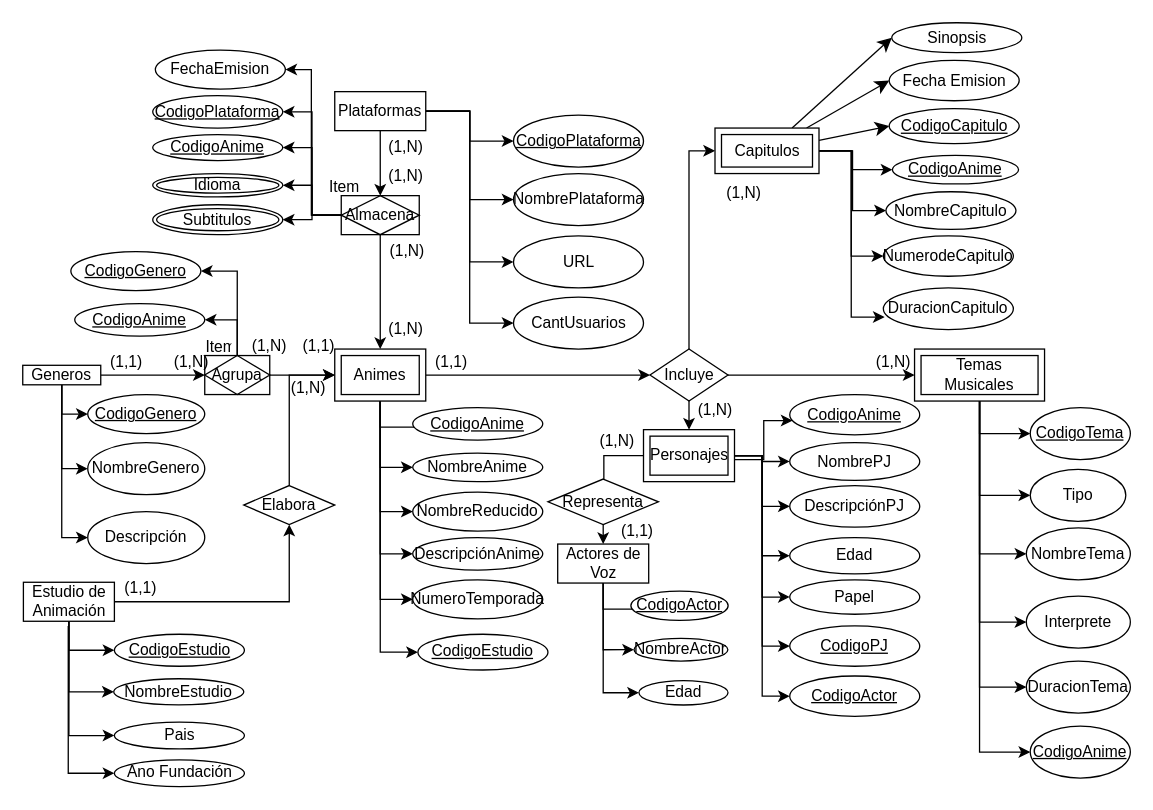
The draw.io diagram page "Modelo_Conceptual" (1 of 2) of Animes.drawio in Ticnow/Pruebas, before the edit. Source tidied: cells renumbered, new cells numbered last; positions are measured from the earlier drawing's top-left corner, leaving out a move shared by most shapes. Both pictures are drawn from the tidied source at 130%, with x=0, y=0 at pixel (22, 22).
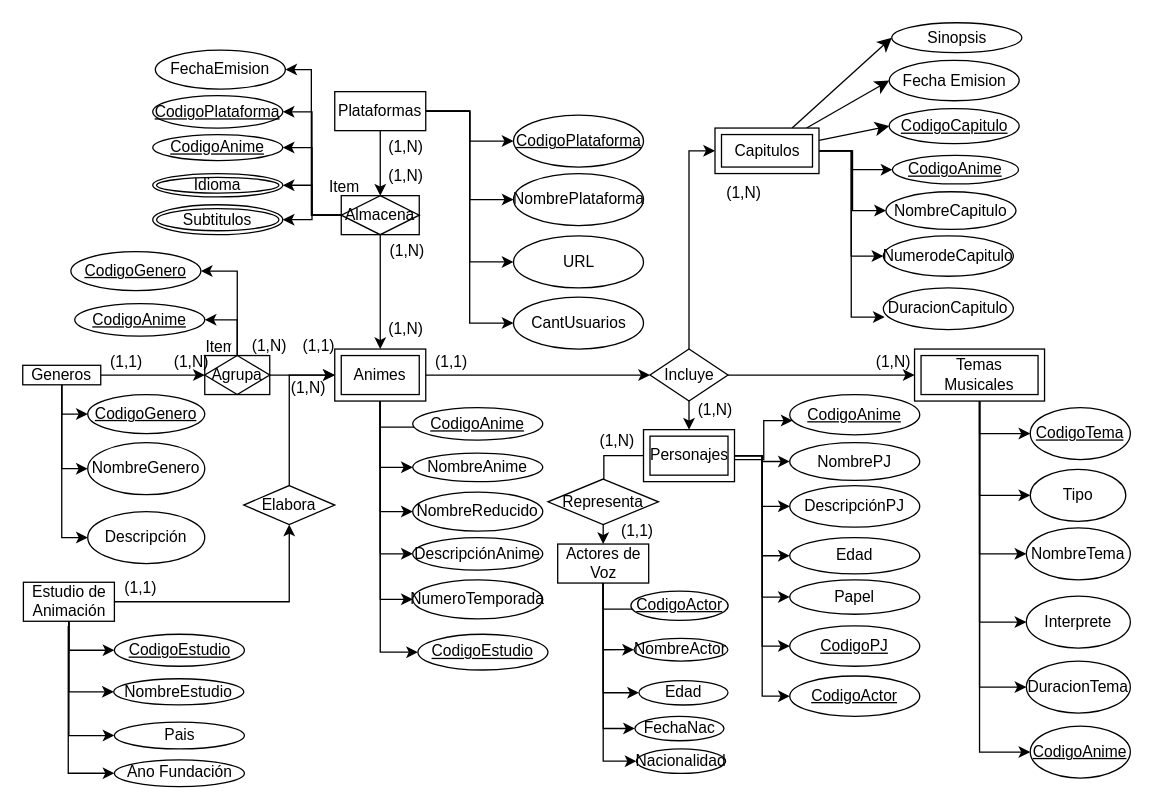
After the change.

The change refers to these unchanged cells:
```xml
<mxCell id="47" value="Actores de Voz" style="whiteSpace=wrap;html=1;align=center;" parent="1" vertex="1">
  <mxGeometry x="411.5" y="401" width="70" height="30" as="geometry" />
</mxCell>
```

Diff of the diagram source:
```diff
@@
+    <mxCell id="139" value="FechaNac" style="ellipse;whiteSpace=wrap;html=1;align=center;" parent="1" vertex="1">
+      <mxGeometry x="470.9" y="533.5" width="68.5" height="18.8" as="geometry" />
+    </mxCell>
+    <mxCell id="140" value="Nacionalidad" style="ellipse;whiteSpace=wrap;html=1;align=center;" parent="1" vertex="1">
+      <mxGeometry x="472.1" y="558.6" width="68.5" height="18.8" as="geometry" />
+    </mxCell>
+    <mxCell id="141" style="edgeStyle=orthogonalEdgeStyle;rounded=0;jettySize=auto;html=1;entryX=0;entryY=0.5;entryDx=0;entryDy=0;" parent="1" edge="1" source="47" target="139">
+      <mxGeometry relative="1" as="geometry">
+        <Array as="points">
+          <mxPoint x="447" y="543" />
+        </Array>
+      </mxGeometry>
+    </mxCell>
+    <mxCell id="142" style="edgeStyle=orthogonalEdgeStyle;rounded=0;jettySize=auto;html=1;entryX=0;entryY=0.5;entryDx=0;entryDy=0;exitX=0.5;exitY=1;exitDx=0;exitDy=0;" parent="1" edge="1" source="47" target="140">
+      <mxGeometry relative="1" as="geometry" />
+    </mxCell>
```
